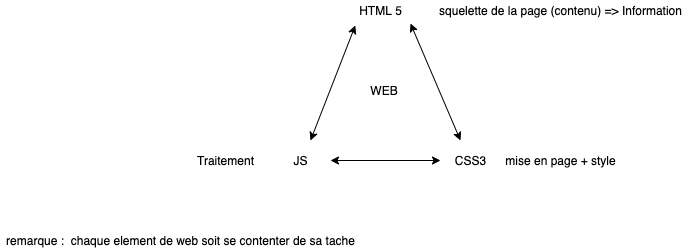
Before: seance2/web.png, a diagram exported from draw.io (mehdiTmimi/SE). Source tidied: cells renumbered, new cells last; positions are measured from the earlier drawing's top-left corner, leaving out a move shared by most shapes.
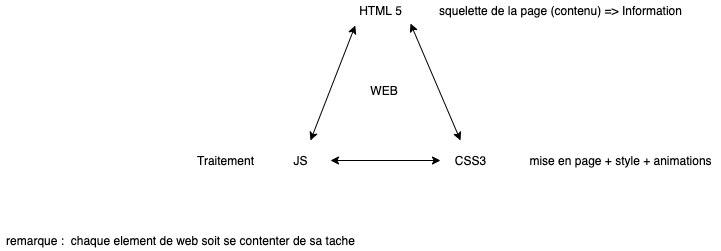
After the change.

The edit, as a diff of the source:
```diff
@@ -33,8 +33,8 @@
     <mxCell id="9" value="squelette de la page (contenu) =&amp;gt; Information" style="text;html=1;align=center;verticalAlign=middle;" parent="1" vertex="1">
       <mxGeometry x="430" width="260" height="20" as="geometry" />
     </mxCell>
-    <mxCell id="10" value="mise en page + style" style="text;html=1;align=center;verticalAlign=middle;" parent="1" vertex="1">
-      <mxGeometry x="495" y="150" width="130" height="20" as="geometry" />
+    <mxCell id="10" value="mise en page + style + animations" style="text;html=1;align=center;verticalAlign=middle;" parent="1" vertex="1">
+      <mxGeometry x="520" y="150" width="200" height="20" as="geometry" />
     </mxCell>
     <mxCell id="11" value="Traitement" style="text;html=1;align=center;verticalAlign=middle;" parent="1" vertex="1">
       <mxGeometry x="190" y="150" width="70" height="20" as="geometry" />
```
